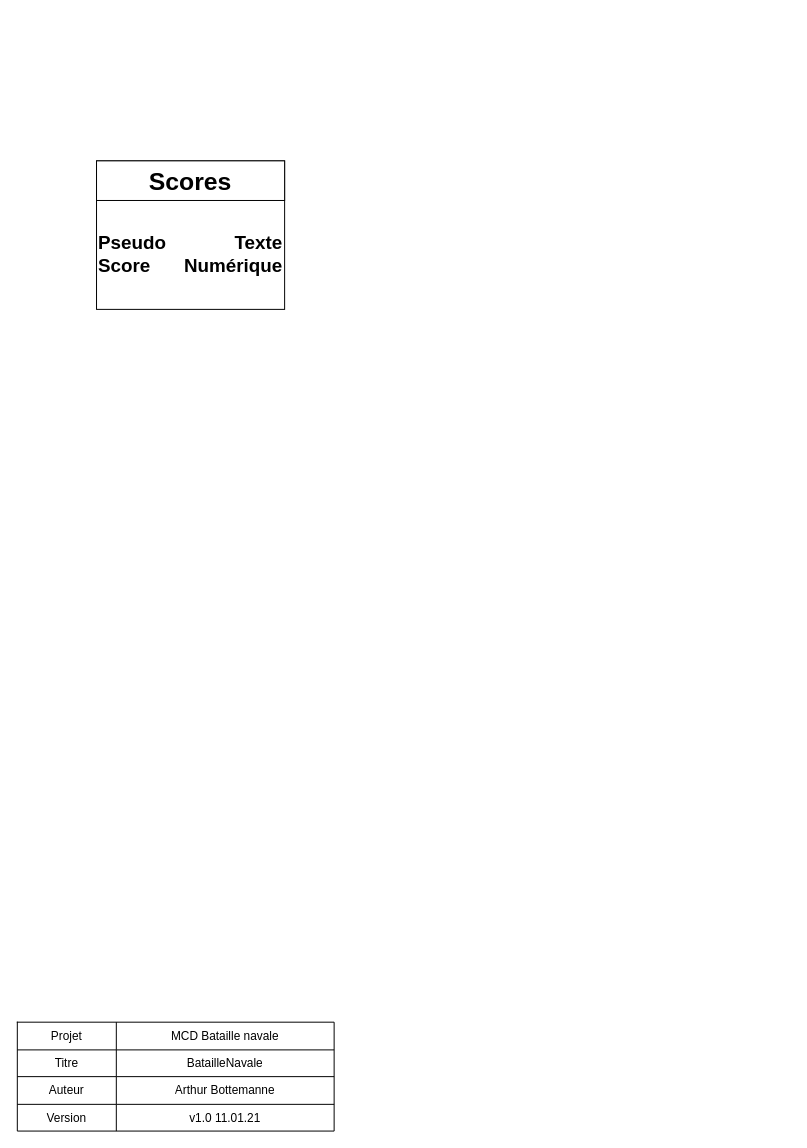
Earlier version of the draw.io diagram Documentation/MCDBatailleNavale.drawio (WalvieCPNV/BatailleNavale). Source tidied: cells renumbered, new cells numbered last; positions are measured from the earlier drawing's top-left corner, leaving out a move shared by most shapes. Both pictures are drawn from the tidied source at 99%, with x=0, y=0 at pixel (17, 160).
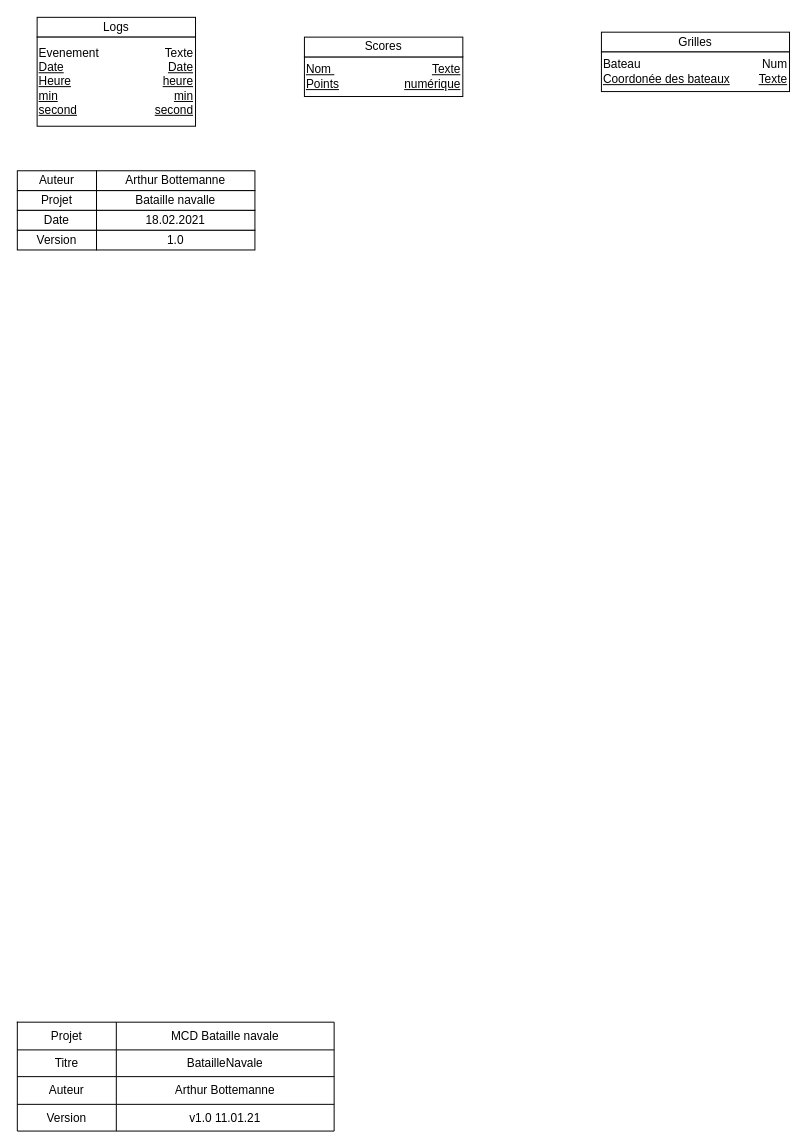
After the change.

Change to the diagram source:
```diff
@@
-    <mxCell id="2" style="rounded=0;whiteSpace=wrap;html=1;" parent="1" vertex="1">
-      <mxGeometry x="80" width="190" height="150" as="geometry" />
-    </mxCell>
@@
+    <mxCell id="19" style="rounded=0;whiteSpace=wrap;html=1;" parent="1" vertex="1">
+      <mxGeometry x="290" y="-105" width="160" height="40" as="geometry" />
+    </mxCell>
-    <mxCell id="16" value="&lt;b&gt;&lt;font style=&quot;font-size: 25px&quot;&gt;Scores&lt;br&gt;&lt;/font&gt;&lt;/b&gt;" style="rounded=0;whiteSpace=wrap;html=1;" parent="1" vertex="1">
-      <mxGeometry x="80" width="190" height="40" as="geometry" />
+    <mxCell id="16" value="Scores" style="rounded=0;whiteSpace=wrap;html=1;" parent="1" vertex="1">
+      <mxGeometry x="290" y="-125" width="160" height="20" as="geometry" />
     </mxCell>
-    <mxCell id="17" value="&lt;b style=&quot;font-size: 19px&quot;&gt;Pseudo&lt;br&gt;Score&lt;/b&gt;" style="text;html=1;strokeColor=none;fillColor=none;align=left;verticalAlign=middle;whiteSpace=wrap;rounded=0;" parent="1" vertex="1">
-      <mxGeometry x="80" y="40" width="90" height="110" as="geometry" />
-    </mxCell>
-    <mxCell id="18" value="&lt;b style=&quot;font-size: 19px&quot;&gt;Texte&lt;br&gt;Numérique&lt;br&gt;&lt;/b&gt;" style="text;html=1;strokeColor=none;fillColor=none;align=right;verticalAlign=middle;whiteSpace=wrap;rounded=0;" parent="1" vertex="1">
-      <mxGeometry x="180" y="40" width="90" height="110" as="geometry" />
-    </mxCell>
+    <mxCell id="20" value="&lt;u&gt;Nom&amp;nbsp;&lt;br&gt;Points&lt;/u&gt;" style="text;html=1;strokeColor=none;fillColor=none;align=left;verticalAlign=middle;whiteSpace=wrap;rounded=0;" parent="1" vertex="1">
+      <mxGeometry x="290" y="-105" width="80" height="40" as="geometry" />
+    </mxCell>
+    <mxCell id="21" value="&lt;u&gt;Texte&lt;br&gt;numérique&lt;/u&gt;" style="text;html=1;strokeColor=none;fillColor=none;align=right;verticalAlign=middle;whiteSpace=wrap;rounded=0;" parent="1" vertex="1">
+      <mxGeometry x="360" y="-105" width="90" height="40" as="geometry" />
+    </mxCell>
+    <mxCell id="22" value="Grilles" style="rounded=0;whiteSpace=wrap;html=1;" parent="1" vertex="1">
+      <mxGeometry x="590" y="-130" width="190" height="20" as="geometry" />
+    </mxCell>
+    <mxCell id="23" style="rounded=0;whiteSpace=wrap;html=1;" parent="1" vertex="1">
+      <mxGeometry x="590" y="-110" width="190" height="40" as="geometry" />
+    </mxCell>
+    <mxCell id="24" value="Bateau&lt;br&gt;&lt;u&gt;Coordonée des bateaux&lt;/u&gt;" style="text;html=1;strokeColor=none;fillColor=none;align=left;verticalAlign=middle;whiteSpace=wrap;rounded=0;" parent="1" vertex="1">
+      <mxGeometry x="590" y="-110" width="170" height="40" as="geometry" />
+    </mxCell>
+    <mxCell id="25" value="Num&lt;br&gt;&lt;u&gt;Texte&lt;/u&gt;" style="text;html=1;strokeColor=none;fillColor=none;align=right;verticalAlign=middle;whiteSpace=wrap;rounded=0;" parent="1" vertex="1">
+      <mxGeometry x="720" y="-110" width="60" height="40" as="geometry" />
+    </mxCell>
+    <mxCell id="26" style="rounded=0;whiteSpace=wrap;html=1;" parent="1" vertex="1">
+      <mxGeometry x="20" y="-145" width="160" height="20" as="geometry" />
+    </mxCell>
+    <mxCell id="27" style="rounded=0;whiteSpace=wrap;html=1;" parent="1" vertex="1">
+      <mxGeometry x="20" y="-125" width="160" height="90" as="geometry" />
+    </mxCell>
+    <mxCell id="28" value="Logs" style="text;html=1;strokeColor=none;fillColor=none;align=center;verticalAlign=middle;whiteSpace=wrap;rounded=0;" parent="1" vertex="1">
+      <mxGeometry x="20" y="-145" width="160" height="20" as="geometry" />
+    </mxCell>
+    <mxCell id="29" value="Evenement&lt;br&gt;&lt;u&gt;Date&lt;br&gt;Heure&lt;br&gt;min&lt;br&gt;second&lt;/u&gt;" style="text;html=1;strokeColor=none;fillColor=none;align=left;verticalAlign=middle;whiteSpace=wrap;rounded=0;" parent="1" vertex="1">
+      <mxGeometry x="20" y="-125" width="80" height="90" as="geometry" />
+    </mxCell>
+    <mxCell id="30" value="Texte&lt;br&gt;&lt;u&gt;Date&lt;br&gt;heure&lt;br&gt;min&lt;br&gt;second&lt;/u&gt;" style="text;html=1;strokeColor=none;fillColor=none;align=right;verticalAlign=middle;whiteSpace=wrap;rounded=0;" parent="1" vertex="1">
+      <mxGeometry x="100" y="-125" width="80" height="90" as="geometry" />
+    </mxCell>
+    <mxCell id="31" value="Projet" style="rounded=0;whiteSpace=wrap;html=1;" parent="1" vertex="1">
+      <mxGeometry y="30" width="80" height="20" as="geometry" />
+    </mxCell>
+    <mxCell id="32" value="Bataille navalle" style="rounded=0;whiteSpace=wrap;html=1;" parent="1" vertex="1">
+      <mxGeometry x="80" y="30" width="160" height="20" as="geometry" />
+    </mxCell>
+    <mxCell id="33" value="Auteur" style="rounded=0;whiteSpace=wrap;html=1;" parent="1" vertex="1">
+      <mxGeometry y="10" width="80" height="20" as="geometry" />
+    </mxCell>
+    <mxCell id="34" value="Arthur Bottemanne" style="rounded=0;whiteSpace=wrap;html=1;" parent="1" vertex="1">
+      <mxGeometry x="80" y="10" width="160" height="20" as="geometry" />
+    </mxCell>
+    <mxCell id="35" value="Version" style="rounded=0;whiteSpace=wrap;html=1;" parent="1" vertex="1">
+      <mxGeometry y="70" width="80" height="20" as="geometry" />
+    </mxCell>
+    <mxCell id="36" value="Date" style="rounded=0;whiteSpace=wrap;html=1;" parent="1" vertex="1">
+      <mxGeometry y="50" width="80" height="20" as="geometry" />
+    </mxCell>
+    <mxCell id="37" value="1.0" style="rounded=0;whiteSpace=wrap;html=1;" parent="1" vertex="1">
+      <mxGeometry x="80" y="70" width="160" height="20" as="geometry" />
+    </mxCell>
+    <mxCell id="38" value="18.02.2021" style="rounded=0;whiteSpace=wrap;html=1;" parent="1" vertex="1">
+      <mxGeometry x="80" y="50" width="160" height="20" as="geometry" />
+    </mxCell>
```
